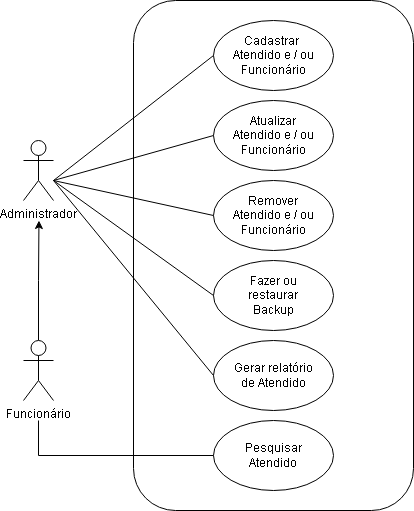
Before: utilities/Diagramas/Diagrama geral.png, a diagram exported from draw.io (henricomaeda/SCDAS). Source tidied: cells renumbered, new cells last; positions are measured from the earlier drawing's top-left corner, leaving out a move shared by most shapes.
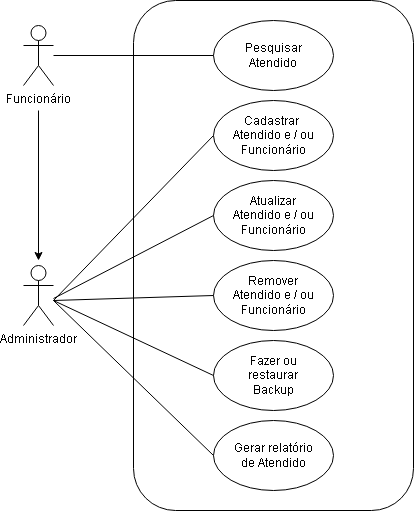
The same diagram one commit later.

Commit message:
Diagrama geral.

What changed in the source:
```diff
@@ -3,19 +3,11 @@
     <mxCell id="0" />
     <mxCell id="1" parent="0" />
     <mxCell id="2" value="Administrador&lt;br&gt;" style="shape=umlActor;verticalLabelPosition=bottom;verticalAlign=top;html=1;" parent="1" vertex="1">
-      <mxGeometry y="140" width="30" height="60" as="geometry" />
+      <mxGeometry y="185" width="30" height="60" as="geometry" />
     </mxCell>
     <mxCell id="3" style="rounded=1;whiteSpace=wrap;html=1;" parent="1" vertex="1">
-      <mxGeometry x="110" width="280" height="510" as="geometry" />
+      <mxGeometry x="110" y="-80" width="280" height="510" as="geometry" />
     </mxCell>
-    <mxCell id="4" style="edgeStyle=orthogonalEdgeStyle;rounded=0;jettySize=auto;html=1;exitX=0.5;exitY=0;exitDx=0;exitDy=0;exitPerimeter=0;" parent="1" edge="1" source="5">
-      <mxGeometry relative="1" as="geometry">
-        <mxPoint x="15.5" y="220" as="targetPoint" />
-      </mxGeometry>
-    </mxCell>
-    <mxCell id="5" value="Funcionário&lt;br&gt;" style="shape=umlActor;verticalLabelPosition=bottom;verticalAlign=top;html=1;outlineConnect=0;" parent="1" vertex="1">
-      <mxGeometry y="340" width="30" height="60" as="geometry" />
-    </mxCell>
     <mxCell id="6" value="Cadastrar &lt;br&gt;Atendido e / ou&lt;br&gt;Funcionário" style="ellipse;whiteSpace=wrap;html=1;" parent="1" vertex="1">
       <mxGeometry x="190" y="20" width="120" height="70" as="geometry" />
     </mxCell>
@@ -29,43 +21,49 @@
       <mxGeometry x="190" y="260" width="120" height="70" as="geometry" />
     </mxCell>
     <mxCell id="10" value="Pesquisar&lt;br&gt;Atendido" style="ellipse;whiteSpace=wrap;html=1;" parent="1" vertex="1">
-      <mxGeometry x="190" y="420" width="120" height="70" as="geometry" />
+      <mxGeometry x="190" y="-60" width="120" height="70" as="geometry" />
     </mxCell>
-    <mxCell id="11" style="endArrow=none;html=1;rounded=0;entryX=0;entryY=0.5;entryDx=0;entryDy=0;" parent="1" edge="1" target="10">
-      <mxGeometry relative="1" as="geometry">
-        <mxPoint x="15" y="420" as="sourcePoint" />
-        <Array as="points">
-          <mxPoint x="15" y="455" />
-        </Array>
-      </mxGeometry>
-    </mxCell>
-    <mxCell id="12" style="endArrow=none;html=1;rounded=0;entryX=0;entryY=0.5;entryDx=0;entryDy=0;" parent="1" edge="1" target="6">
-      <mxGeometry relative="1" as="geometry">
-        <mxPoint x="30" y="180" as="sourcePoint" />
-      </mxGeometry>
-    </mxCell>
-    <mxCell id="13" style="endArrow=none;html=1;rounded=0;entryX=0;entryY=0.5;entryDx=0;entryDy=0;" parent="1" edge="1" target="7">
-      <mxGeometry relative="1" as="geometry">
-        <mxPoint x="30" y="180" as="sourcePoint" />
-      </mxGeometry>
-    </mxCell>
     <mxCell id="14" style="endArrow=none;html=1;rounded=0;entryX=0;entryY=0.5;entryDx=0;entryDy=0;" parent="1" edge="1" target="8">
       <mxGeometry relative="1" as="geometry">
-        <mxPoint x="30" y="180" as="sourcePoint" />
+        <mxPoint x="30" y="220" as="sourcePoint" />
       </mxGeometry>
     </mxCell>
-    <mxCell id="15" style="endArrow=none;html=1;rounded=0;entryX=0;entryY=0.5;entryDx=0;entryDy=0;" parent="1" edge="1" target="9">
-      <mxGeometry relative="1" as="geometry">
-        <mxPoint x="30" y="180" as="sourcePoint" />
-      </mxGeometry>
-    </mxCell>
     <mxCell id="16" value="Gerar relatório&lt;br&gt;de Atendido" style="ellipse;whiteSpace=wrap;html=1;" parent="1" vertex="1">
       <mxGeometry x="190" y="340" width="120" height="70" as="geometry" />
     </mxCell>
-    <mxCell id="17" style="endArrow=none;html=1;rounded=0;entryX=0;entryY=0.5;entryDx=0;entryDy=0;" parent="1" edge="1" target="16">
-      <mxGeometry relative="1" as="geometry">
-        <mxPoint x="30" y="180" as="sourcePoint" />
-      </mxGeometry>
-    </mxCell>
+    <mxCell id="5" value="Funcionário&lt;br&gt;" style="shape=umlActor;verticalLabelPosition=bottom;verticalAlign=top;html=1;outlineConnect=0;" parent="1" vertex="1">
+      <mxGeometry y="-55" width="30" height="60" as="geometry" />
+    </mxCell>
+    <mxCell id="18" style="endArrow=none;html=1;rounded=0;entryX=0;entryY=0.5;entryDx=0;entryDy=0;" parent="1" edge="1" target="10">
+      <mxGeometry relative="1" as="geometry">
+        <mxPoint x="30" y="-25" as="sourcePoint" />
+      </mxGeometry>
+    </mxCell>
+    <mxCell id="19" style="endArrow=none;html=1;rounded=0;entryX=0;entryY=0.5;entryDx=0;entryDy=0;" parent="1" edge="1" target="6">
+      <mxGeometry relative="1" as="geometry">
+        <mxPoint x="30" y="220" as="sourcePoint" />
+      </mxGeometry>
+    </mxCell>
+    <mxCell id="20" style="endArrow=none;html=1;rounded=0;entryX=0;entryY=0.5;entryDx=0;entryDy=0;" parent="1" edge="1" target="7">
+      <mxGeometry relative="1" as="geometry">
+        <mxPoint x="30" y="218" as="sourcePoint" />
+      </mxGeometry>
+    </mxCell>
+    <mxCell id="21" style="endArrow=none;html=1;rounded=0;entryX=0;entryY=0.5;entryDx=0;entryDy=0;" parent="1" edge="1" target="9">
+      <mxGeometry relative="1" as="geometry">
+        <mxPoint x="30" y="220" as="sourcePoint" />
+      </mxGeometry>
+    </mxCell>
+    <mxCell id="22" style="endArrow=none;html=1;rounded=0;entryX=0;entryY=0.5;entryDx=0;entryDy=0;" parent="1" edge="1" target="16">
+      <mxGeometry relative="1" as="geometry">
+        <mxPoint x="30" y="220" as="sourcePoint" />
+      </mxGeometry>
+    </mxCell>
+    <mxCell id="23" style="endArrow=classic;html=1;rounded=0;" parent="1" edge="1">
+      <mxGeometry relative="1" as="geometry">
+        <mxPoint x="15" y="30" as="sourcePoint" />
+        <mxPoint x="15" y="180" as="targetPoint" />
+      </mxGeometry>
+    </mxCell>
   </root>
 </mxGraphModel>
```
